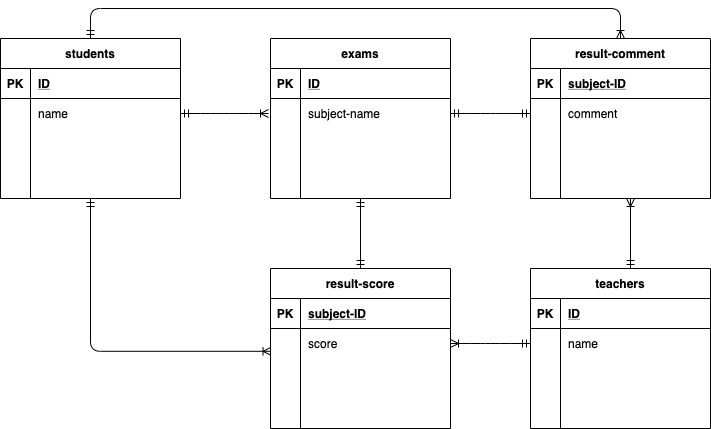
Earlier version of the draw.io export index.drawio.png (kiyo1215/coachtech_exam-database). Source tidied: cells renumbered, new cells last; positions are measured from the earlier drawing's top-left corner, leaving out a move shared by most shapes.
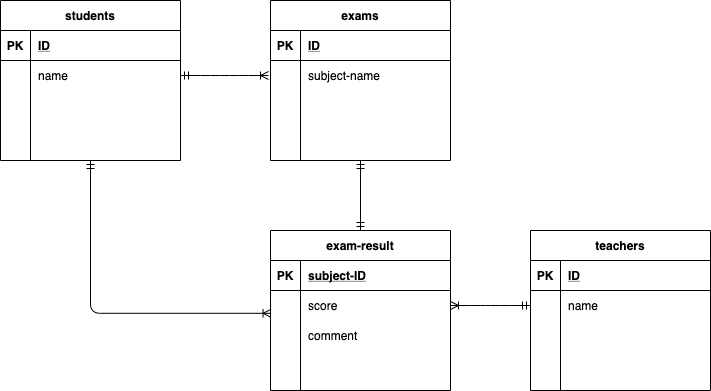
Later version of the same file.

What changed in the source:
```diff
@@ -115,7 +115,7 @@
         <mxPoint x="268" y="105" as="targetPoint" />
       </mxGeometry>
     </mxCell>
-    <mxCell id="39" value="result-score" style="shape=table;startSize=30;rowLines=0;fontStyle=1;align=center;" parent="1" vertex="1">
+    <mxCell id="39" value="exam-result" style="shape=table;startSize=30;rowLines=0;fontStyle=1;align=center;" parent="1" vertex="1">
       <mxGeometry x="270" y="260" width="180" height="160" as="geometry" />
     </mxCell>
     <mxCell id="40" style="shape=partialRectangle;fillColor=none;top=0;left=0;bottom=1;right=0;" parent="39" vertex="1">
@@ -142,7 +142,7 @@
     <mxCell id="47" style="shape=partialRectangle;fillColor=none;top=0;left=0;bottom=0;right=0;overflow=hidden;" parent="46" vertex="1">
       <mxGeometry width="30" height="30" as="geometry" />
     </mxCell>
-    <mxCell id="48" style="shape=partialRectangle;fillColor=none;top=0;left=0;bottom=0;right=0;align=left;spacingLeft=6;overflow=hidden;" parent="46" vertex="1">
+    <mxCell id="48" value="comment" style="shape=partialRectangle;fillColor=none;top=0;left=0;bottom=0;right=0;align=left;spacingLeft=6;overflow=hidden;" parent="46" vertex="1">
       <mxGeometry x="30" width="150" height="30" as="geometry" />
     </mxCell>
     <mxCell id="49" style="shape=partialRectangle;fillColor=none;top=0;left=0;bottom=0;right=0;" parent="39" vertex="1">
@@ -160,55 +160,8 @@
     <mxCell id="53" style="edgeStyle=entityRelationEdgeStyle;fontSize=12;html=1;endArrow=ERoneToMany;startArrow=ERmandOne;entryX=1;entryY=0.5;entryDx=0;entryDy=0;exitX=0;exitY=0.5;exitDx=0;exitDy=0;" parent="1" edge="1" source="32" target="43">
       <mxGeometry relative="1" as="geometry" />
     </mxCell>
-    <mxCell id="54" value="result-comment" style="shape=table;startSize=30;rowLines=0;fontStyle=1;align=center;" parent="1" vertex="1">
-      <mxGeometry x="530" y="30" width="180" height="160" as="geometry" />
-    </mxCell>
-    <mxCell id="55" style="shape=partialRectangle;fillColor=none;top=0;left=0;bottom=1;right=0;" parent="54" vertex="1">
-      <mxGeometry y="30" width="180" height="30" as="geometry" />
-    </mxCell>
-    <mxCell id="56" value="PK" style="shape=partialRectangle;fillColor=none;top=0;left=0;bottom=0;right=0;fontStyle=1;overflow=hidden;" parent="55" vertex="1">
-      <mxGeometry width="30" height="30" as="geometry" />
-    </mxCell>
-    <mxCell id="57" value="subject-ID" style="shape=partialRectangle;fillColor=none;top=0;left=0;bottom=0;right=0;align=left;spacingLeft=6;fontStyle=5;overflow=hidden;" parent="55" vertex="1">
-      <mxGeometry x="30" width="150" height="30" as="geometry" />
-    </mxCell>
-    <mxCell id="58" style="shape=partialRectangle;fillColor=none;top=0;left=0;bottom=0;right=0;points=[[0,0.5],[1,0.5]];portConstraint=eastwest;" parent="54" vertex="1">
-      <mxGeometry y="60" width="180" height="30" as="geometry" />
-    </mxCell>
-    <mxCell id="59" style="shape=partialRectangle;fillColor=none;top=0;left=0;bottom=0;right=0;overflow=hidden;" parent="58" vertex="1">
-      <mxGeometry width="30" height="30" as="geometry" />
-    </mxCell>
-    <mxCell id="60" value="comment" style="shape=partialRectangle;fillColor=none;top=0;left=0;bottom=0;right=0;align=left;spacingLeft=6;overflow=hidden;" parent="58" vertex="1">
-      <mxGeometry x="30" width="150" height="30" as="geometry" />
-    </mxCell>
-    <mxCell id="61" style="shape=partialRectangle;fillColor=none;top=0;left=0;bottom=0;right=0;" parent="54" vertex="1">
-      <mxGeometry y="90" width="180" height="30" as="geometry" />
-    </mxCell>
-    <mxCell id="62" style="shape=partialRectangle;fillColor=none;top=0;left=0;bottom=0;right=0;overflow=hidden;" parent="61" vertex="1">
-      <mxGeometry width="30" height="30" as="geometry" />
-    </mxCell>
-    <mxCell id="63" style="shape=partialRectangle;fillColor=none;top=0;left=0;bottom=0;right=0;align=left;spacingLeft=6;overflow=hidden;" parent="61" vertex="1">
-      <mxGeometry x="30" width="150" height="30" as="geometry" />
-    </mxCell>
-    <mxCell id="64" style="edgeStyle=entityRelationEdgeStyle;fontSize=12;html=1;endArrow=ERmandOne;startArrow=ERmandOne;entryX=0;entryY=0.5;entryDx=0;entryDy=0;exitX=1;exitY=0.5;exitDx=0;exitDy=0;" parent="1" edge="1" source="19" target="58">
-      <mxGeometry relative="1" as="geometry" />
-    </mxCell>
     <mxCell id="65" style="edgeStyle=orthogonalEdgeStyle;fontSize=12;html=1;endArrow=ERoneToMany;startArrow=ERmandOne;entryX=0.003;entryY=0.76;entryDx=0;entryDy=0;entryPerimeter=0;exitX=0.5;exitY=1;exitDx=0;exitDy=0;" parent="1" edge="1" source="2" target="43">
       <mxGeometry relative="1" as="geometry" />
     </mxCell>
-    <mxCell id="66" style="edgeStyle=orthogonalEdgeStyle;fontSize=12;html=1;endArrow=ERoneToMany;startArrow=ERmandOne;entryX=0.5;entryY=0;entryDx=0;entryDy=0;exitX=0.5;exitY=0;exitDx=0;exitDy=0;" parent="1" edge="1" source="2" target="54">
-      <mxGeometry relative="1" as="geometry">
-        <Array as="points">
-          <mxPoint x="90" />
-          <mxPoint x="620" />
-        </Array>
-      </mxGeometry>
-    </mxCell>
-    <mxCell id="67" style="fontSize=12;html=1;endArrow=ERoneToMany;startArrow=ERmandOne;" parent="1" edge="1">
-      <mxGeometry relative="1" as="geometry">
-        <mxPoint x="630" y="260" as="sourcePoint" />
-        <mxPoint x="630" y="190" as="targetPoint" />
-      </mxGeometry>
-    </mxCell>
   </root>
 </mxGraphModel>
```
